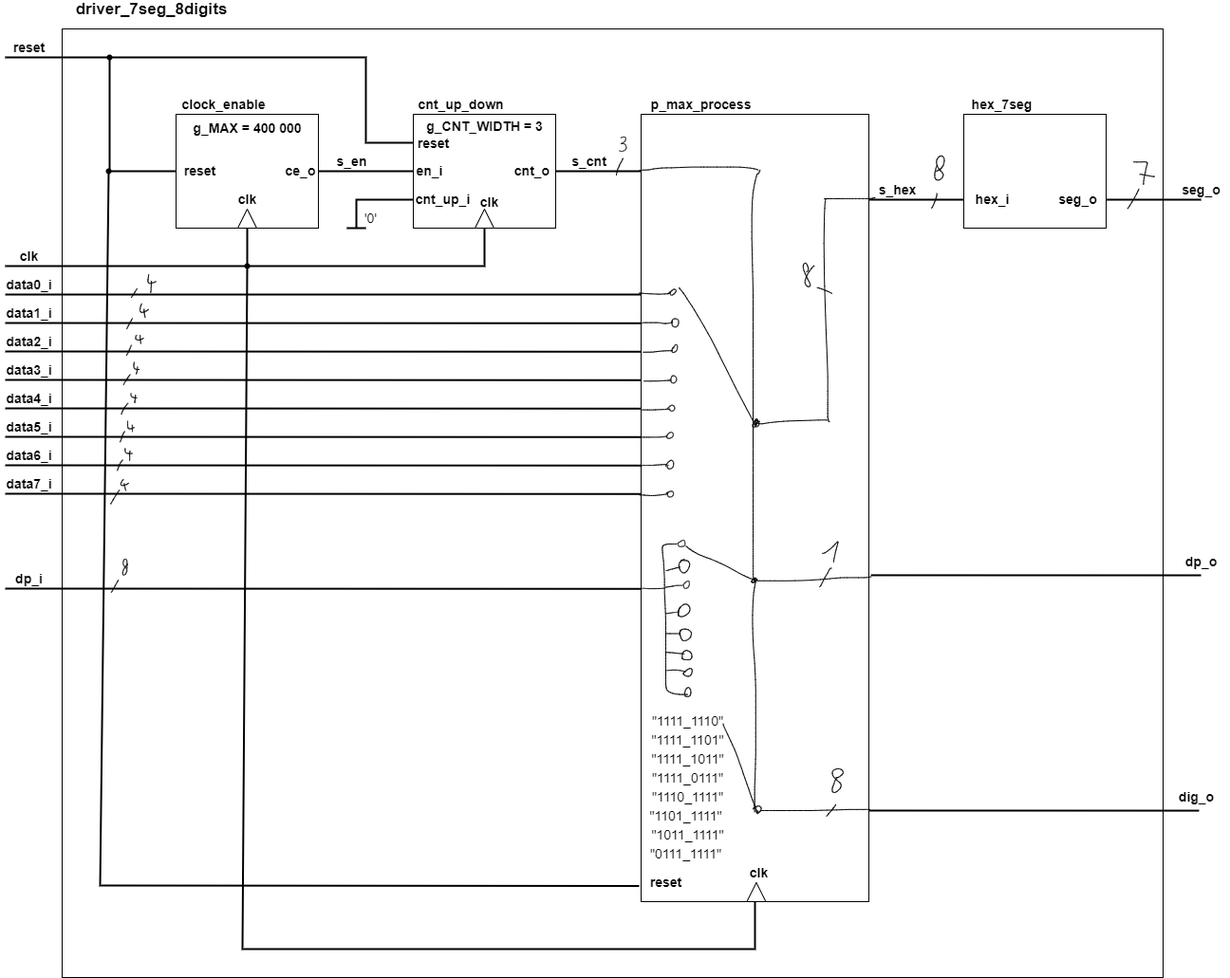
This is labs/07-display_driver/images/schema2.png from Marxs31/digital-electronics-1, a draw.io export, as it was before one commit. Source tidied: cells renumbered, new cells last; positions are measured from the earlier drawing's top-left corner, leaving out a move shared by most shapes.
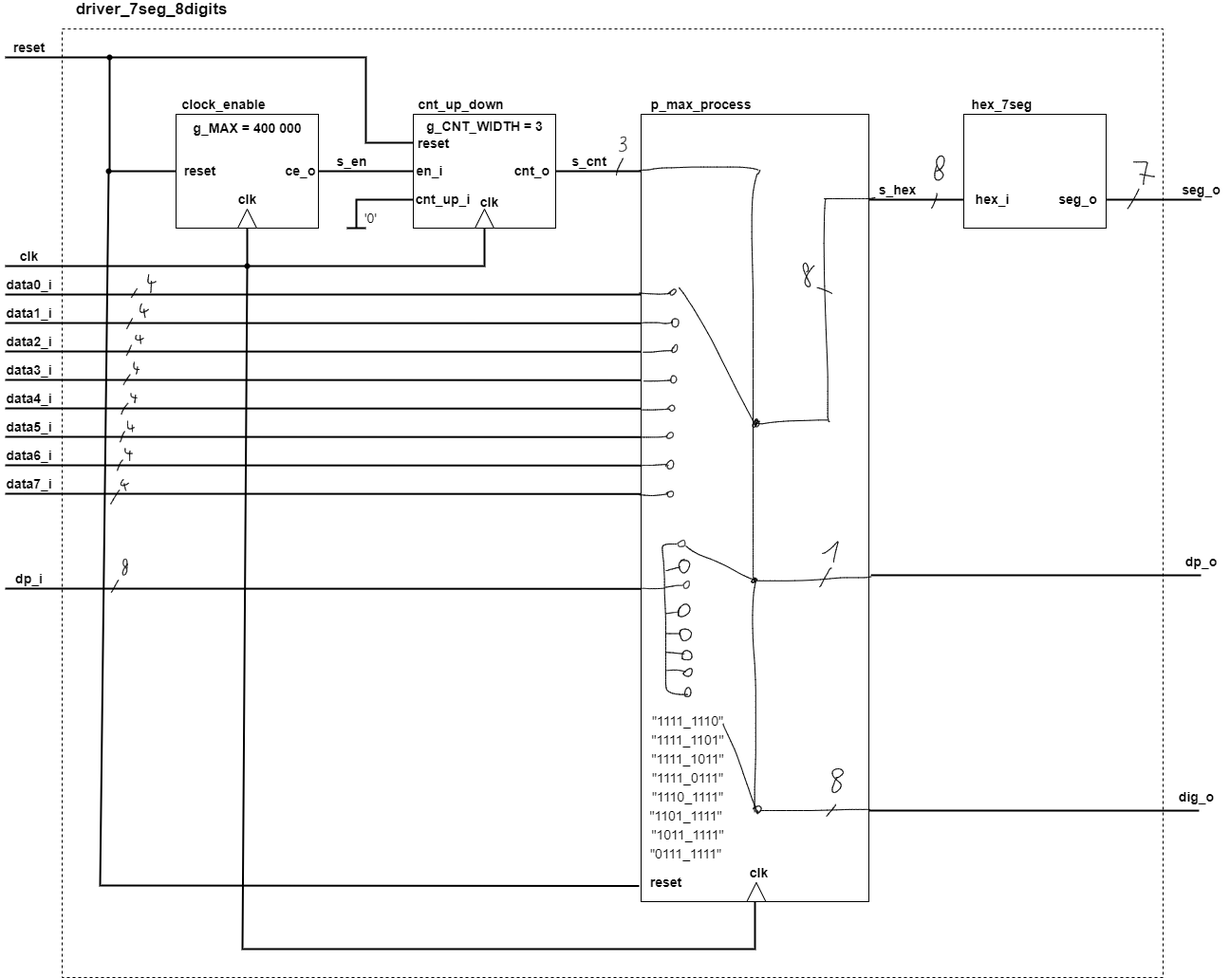
After the commit.

The edit, as a diff of the source:
```diff
@@ -2,7 +2,7 @@
   <root>
     <mxCell id="0" />
     <mxCell id="1" parent="0" />
-    <mxCell id="2" style="rounded=0;whiteSpace=wrap;html=1;fontSize=14;strokeWidth=1;" parent="1" vertex="1">
+    <mxCell id="2" style="rounded=0;whiteSpace=wrap;html=1;fontSize=14;strokeWidth=1;dashed=1;" parent="1" vertex="1">
       <mxGeometry x="65" y="30" width="1160" height="1000" as="geometry" />
     </mxCell>
     <mxCell id="3" style="rounded=0;whiteSpace=wrap;html=1;" parent="1" vertex="1">
```
